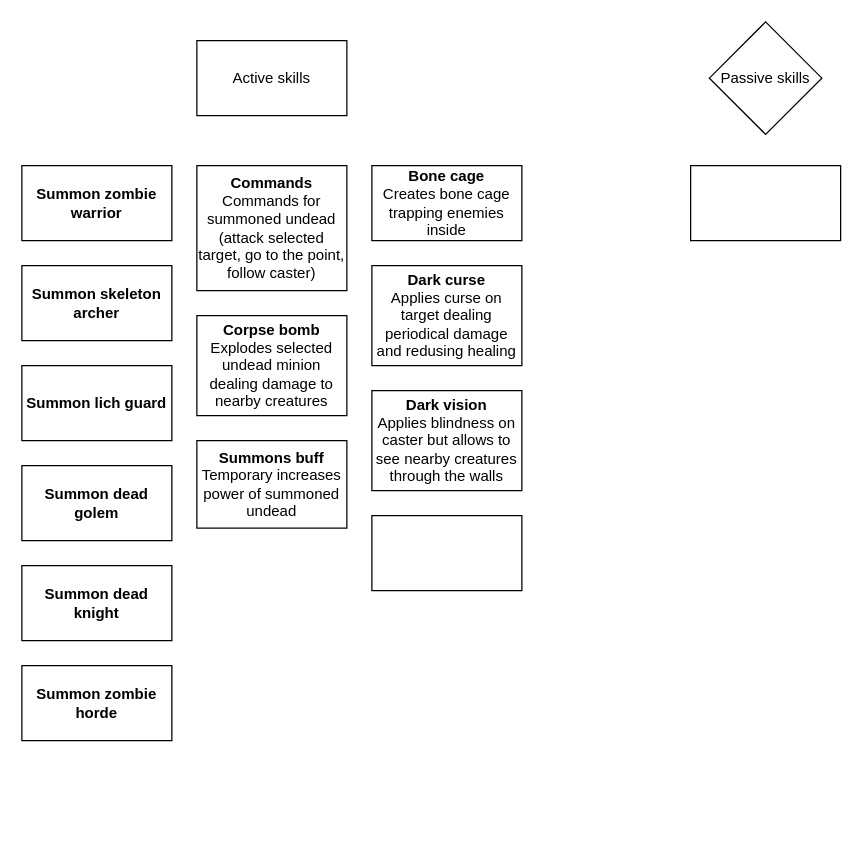
Before: page "Necromancer skills" (10 of 10) of Solaris.drawio in x3rdev/solaris, a draw.io diagram. Source tidied: cells renumbered, new cells numbered last; positions are measured from the earlier drawing's top-left corner, leaving out a move shared by most shapes. Both pictures are drawn from the tidied source at 125%, with x=0, y=0 at pixel (21, 21).
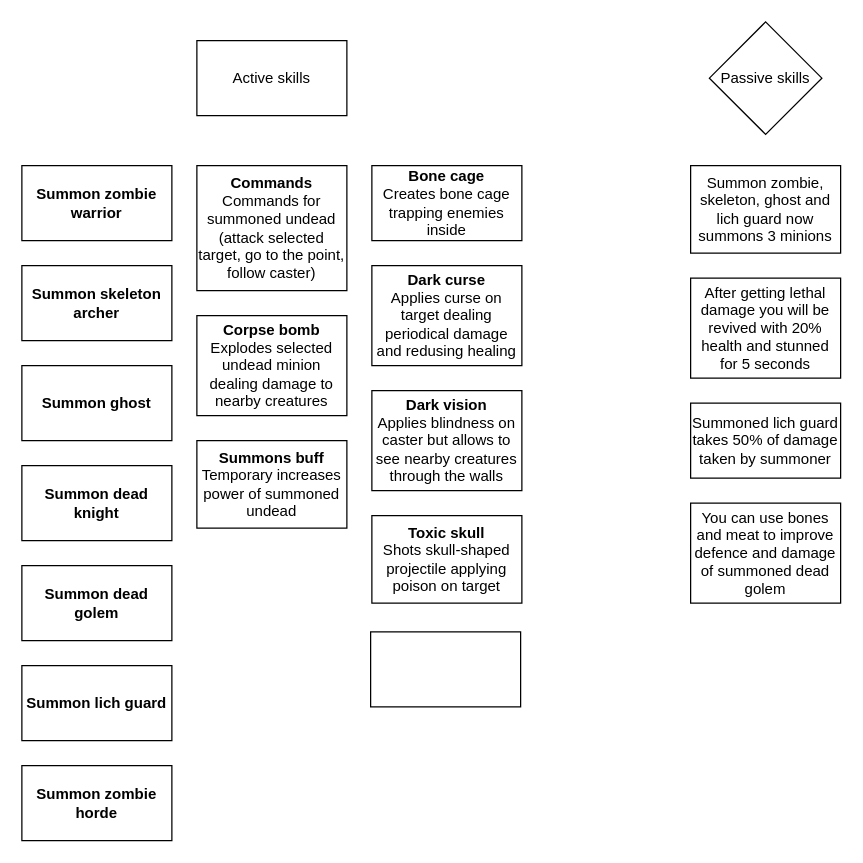
The same page after the edit.

Change to the diagram source:
```diff
@@
-    <mxCell id="4" style="rounded=0;whiteSpace=wrap;html=1;" parent="1" vertex="1">
-      <mxGeometry x="535" y="115" width="120" height="60" as="geometry" />
+    <mxCell id="4" value="Summon zombie, skeleton, ghost and lich guard now summons 3 minions" style="rounded=0;whiteSpace=wrap;html=1;" parent="1" vertex="1">
+      <mxGeometry x="535" y="115" width="120" height="70" as="geometry" />
     </mxCell>
@@
     <mxCell id="7" value="Summon lich guard" style="rounded=0;whiteSpace=wrap;html=1;fontStyle=1;" parent="1" vertex="1">
-      <mxGeometry y="275" width="120" height="60" as="geometry" />
+      <mxGeometry y="515" width="120" height="60" as="geometry" />
     </mxCell>
     <mxCell id="8" value="Summon dead golem" style="rounded=0;whiteSpace=wrap;html=1;fontStyle=1;" parent="1" vertex="1">
-      <mxGeometry y="355" width="120" height="60" as="geometry" />
+      <mxGeometry y="435" width="120" height="60" as="geometry" />
     </mxCell>
     <mxCell id="9" value="Summon dead knight" style="rounded=0;whiteSpace=wrap;html=1;fontStyle=1;" parent="1" vertex="1">
-      <mxGeometry y="435" width="120" height="60" as="geometry" />
+      <mxGeometry y="355" width="120" height="60" as="geometry" />
     </mxCell>
     <mxCell id="10" value="Summon zombie horde" style="rounded=0;whiteSpace=wrap;html=1;fontStyle=1;" parent="1" vertex="1">
-      <mxGeometry y="515" width="120" height="60" as="geometry" />
+      <mxGeometry y="595" width="120" height="60" as="geometry" />
     </mxCell>
@@
-    <mxCell id="17" style="rounded=0;whiteSpace=wrap;html=1;" parent="1" vertex="1">
-      <mxGeometry x="280" y="395" width="120" height="60" as="geometry" />
+    <mxCell id="17" value="&lt;b&gt;Toxic skull&lt;/b&gt;&lt;br&gt;Shots skull-shaped projectile applying poison on target" style="rounded=0;whiteSpace=wrap;html=1;" parent="1" vertex="1">
+      <mxGeometry x="280" y="395" width="120" height="70" as="geometry" />
     </mxCell>
+    <mxCell id="18" style="rounded=0;whiteSpace=wrap;html=1;" parent="1" vertex="1">
+      <mxGeometry x="279" y="488" width="120" height="60" as="geometry" />
+    </mxCell>
+    <mxCell id="19" value="After getting lethal damage you will be revived with 20% health and stunned for 5 seconds" style="rounded=0;whiteSpace=wrap;html=1;" parent="1" vertex="1">
+      <mxGeometry x="535" y="205" width="120" height="80" as="geometry" />
+    </mxCell>
+    <mxCell id="20" value="Summoned lich guard takes 50% of damage taken by summoner" style="rounded=0;whiteSpace=wrap;html=1;" parent="1" vertex="1">
+      <mxGeometry x="535" y="305" width="120" height="60" as="geometry" />
+    </mxCell>
+    <mxCell id="21" value="You can use bones and meat to improve defence and damage of summoned dead golem" style="rounded=0;whiteSpace=wrap;html=1;" parent="1" vertex="1">
+      <mxGeometry x="535" y="385" width="120" height="80" as="geometry" />
+    </mxCell>
+    <mxCell id="22" value="&lt;b&gt;Summon ghost&lt;/b&gt;" style="rounded=0;whiteSpace=wrap;html=1;" parent="1" vertex="1">
+      <mxGeometry y="275" width="120" height="60" as="geometry" />
+    </mxCell>
```
